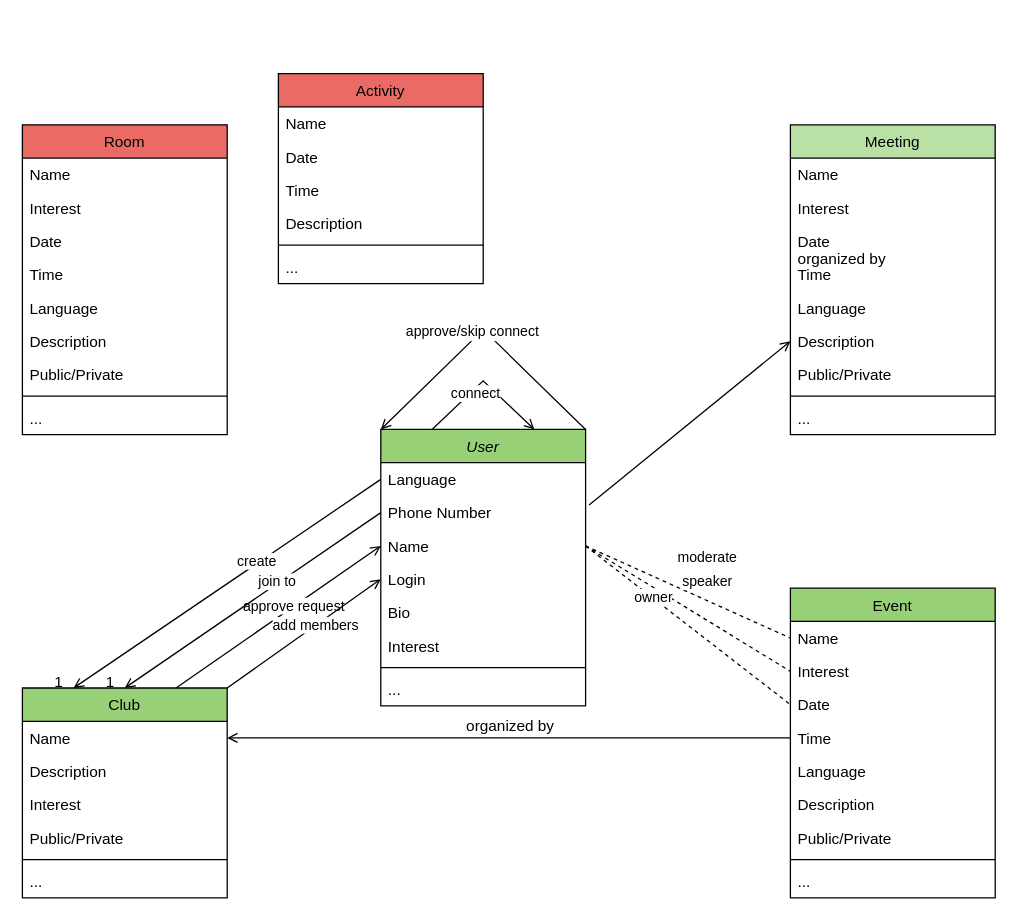
The draw.io diagram Модель сущностей.drawio in metaversia-ru/diagrams_public, before the edit. Source tidied: cells renumbered, new cells numbered last; positions are measured from the earlier drawing's top-left corner, leaving out a move shared by most shapes. Both pictures are drawn from the tidied source at 128%, with x=0, y=0 at pixel (22, 73).
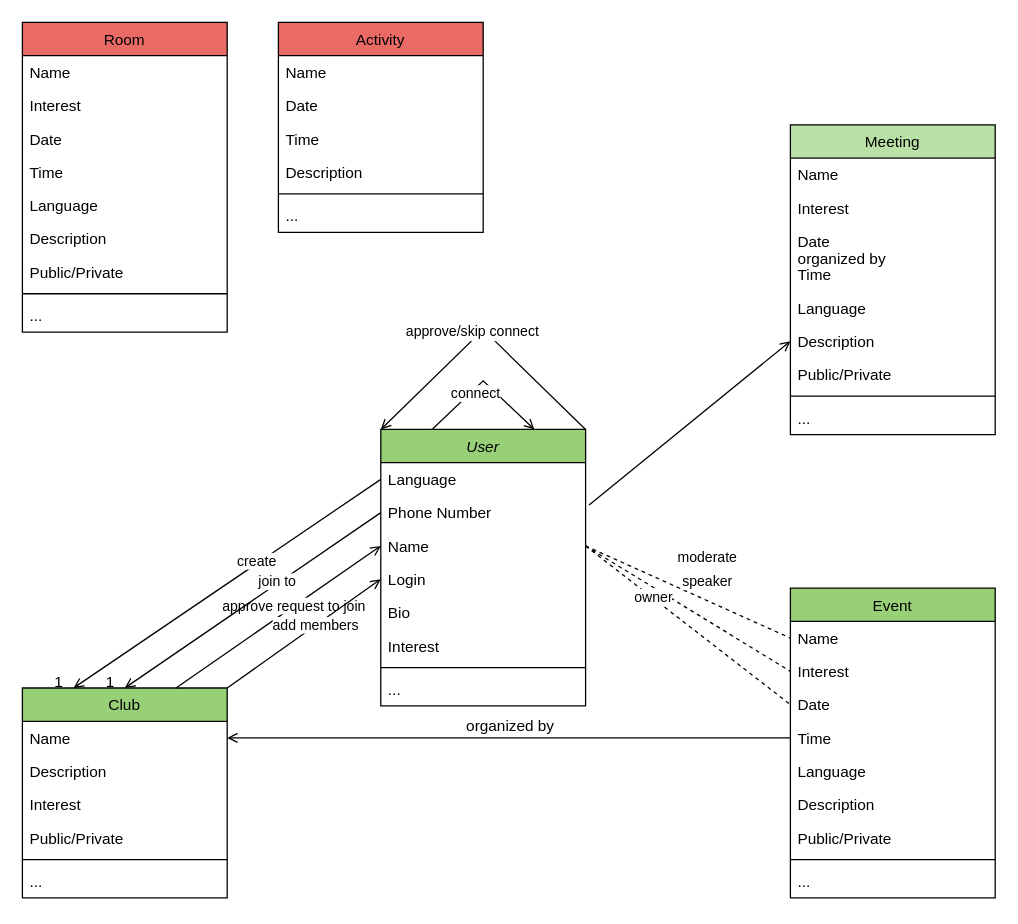
After the change.

Unchanged cells that the change refers to:
```xml
<mxCell id="31" style="endArrow=open;shadow=0;strokeWidth=1;rounded=0;endFill=1;elbow=horizontal;entryX=0;entryY=0.5;entryDx=0;entryDy=0;exitX=0.75;exitY=0;exitDx=0;exitDy=0;" parent="1" edge="1" source="24" target="5">
  <mxGeometry x="0.5" y="41" relative="1" as="geometry">
    <mxPoint x="-40" y="32" as="offset" />
  </mxGeometry>
</mxCell>
```

Change to the diagram source:
```diff
@@
-    <mxCell id="32" value="approve request" style="edgeLabel;html=1;align=center;verticalAlign=middle;" parent="31" vertex="1">
+    <mxCell id="32" value="approve request to join" style="edgeLabel;html=1;align=center;verticalAlign=middle;" parent="31" vertex="1">
       <mxGeometry x="0.15" y="1" relative="1" as="geometry" />
     </mxCell>
@@
     <mxCell id="67" value="Room" style="swimlane;fontStyle=0;align=center;verticalAlign=top;horizontal=1;startSize=26;rounded=0;shadow=0;strokeWidth=1;fillColor=#EA6B66;" parent="1" vertex="1">
-      <mxGeometry y="40" width="160" height="242" as="geometry" />
+      <mxGeometry y="-40" width="160" height="242" as="geometry" />
     </mxCell>
@@
     <mxCell id="77" value="Activity" style="swimlane;fontStyle=0;align=center;verticalAlign=top;horizontal=1;startSize=26;rounded=0;shadow=0;strokeWidth=1;fillColor=#EA6B66;" parent="1" vertex="1">
-      <mxGeometry x="200" width="160" height="164" as="geometry" />
+      <mxGeometry x="200" y="-40" width="160" height="164" as="geometry" />
     </mxCell>
```
